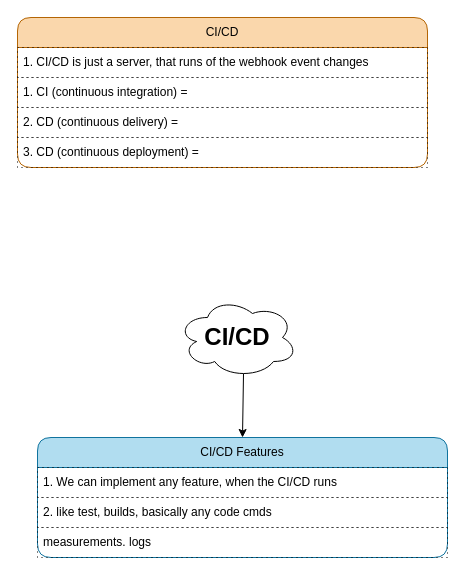
This is DevOp/ci-cd/cli-cd.dio from knkrn5/Programming-Concepts, a draw.io file, before an edit. Source tidied: cells renumbered, new cells numbered last; positions are measured from the earlier drawing's top-left corner, leaving out a move shared by most shapes. Both pictures are drawn from the tidied source at 100%, with x=0, y=0 at pixel (17, 17).
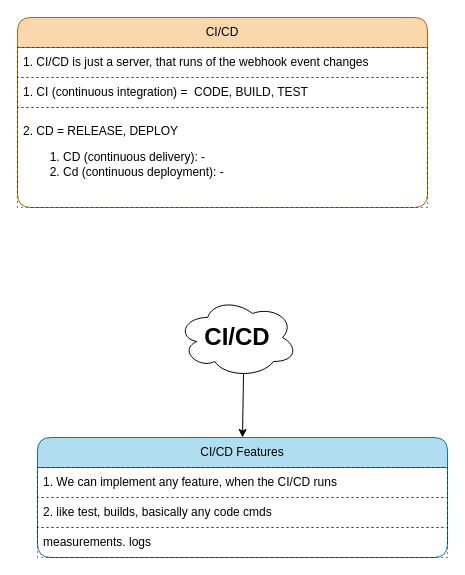
The same diagram, later.

Commit message (it also covers changes not shown here):
Update CI/CD diagram and SVG representation with enhanced descriptions and formatting

- Increased height of CI/CD swimlane in the diagram for better visibility.
- Revised text for CI (Continuous Integration) to include "CODE, BUILD, TEST".
- Updated CD (Continuous Delivery and Deployment) descriptions with clearer formatting and additional details.
- Adjusted SVG dimensions to accommodate new content and ensure proper rendering.

Change to the diagram source:
```diff
@@
 <mxGraphModel background="#ffffff">
   <root>
     <mxCell id="0" />
     <mxCell id="1" parent="0" />
     <mxCell id="2" value="CI/CD Features" style="swimlane;fontStyle=0;horizontal=1;startSize=30;whiteSpace=wrap;html=1;rounded=1;fillColor=#b1ddf0;strokeColor=#10739e;" parent="1" vertex="1">
       <mxGeometry x="20" y="420" width="410" height="120" as="geometry" />
     </mxCell>
     <mxCell id="3" value="1. We can implement any feature, when the CI/CD runs" style="text;strokeColor=default;fillColor=none;align=left;verticalAlign=middle;spacingLeft=4;spacingRight=4;overflow=hidden;whiteSpace=wrap;html=1;dashed=1;dashPattern=1 4;" parent="2" vertex="1">
       <mxGeometry y="30" width="410" height="30" as="geometry" />
     </mxCell>
     <mxCell id="4" value="2. like test, builds, basically any code cmds" style="text;strokeColor=default;fillColor=none;align=left;verticalAlign=middle;spacingLeft=4;spacingRight=4;overflow=hidden;whiteSpace=wrap;html=1;dashed=1;dashPattern=1 4;" parent="2" vertex="1">
       <mxGeometry y="60" width="410" height="30" as="geometry" />
     </mxCell>
     <mxCell id="5" value="measurements. logs" style="text;strokeColor=default;fillColor=none;align=left;verticalAlign=middle;spacingLeft=4;spacingRight=4;overflow=hidden;whiteSpace=wrap;html=1;dashed=1;dashPattern=1 4;" parent="2" vertex="1">
       <mxGeometry y="90" width="410" height="30" as="geometry" />
     </mxCell>
     <mxCell id="6" value="CI/CD" style="swimlane;fontStyle=0;horizontal=1;startSize=30;whiteSpace=wrap;html=1;rounded=1;fillColor=#fad7ac;strokeColor=#b46504;" parent="1" vertex="1">
-      <mxGeometry width="410" height="150" as="geometry" />
+      <mxGeometry width="410" height="190" as="geometry" />
     </mxCell>
     <mxCell id="7" value="1. CI/CD is just a server, that runs of the webhook event changes" style="text;strokeColor=default;fillColor=none;align=left;verticalAlign=middle;spacingLeft=4;spacingRight=4;overflow=hidden;whiteSpace=wrap;html=1;dashed=1;dashPattern=1 4;" parent="6" vertex="1">
       <mxGeometry y="30" width="410" height="30" as="geometry" />
     </mxCell>
-    <mxCell id="8" value="1. CI (continuous integration) =&amp;nbsp;" style="text;strokeColor=default;fillColor=none;align=left;verticalAlign=middle;spacingLeft=4;spacingRight=4;overflow=hidden;whiteSpace=wrap;html=1;dashed=1;dashPattern=1 4;" parent="6" vertex="1">
+    <mxCell id="8" value="1. CI (continuous integration) =&amp;nbsp; CODE, BUILD, TEST" style="text;strokeColor=default;fillColor=none;align=left;verticalAlign=middle;spacingLeft=4;spacingRight=4;overflow=hidden;whiteSpace=wrap;html=1;dashed=1;dashPattern=1 4;" parent="6" vertex="1">
       <mxGeometry y="60" width="410" height="30" as="geometry" />
     </mxCell>
-    <mxCell id="9" value="2. CD (continuous delivery) =&amp;nbsp;" style="text;strokeColor=default;fillColor=none;align=left;verticalAlign=middle;spacingLeft=4;spacingRight=4;overflow=hidden;whiteSpace=wrap;html=1;dashed=1;dashPattern=1 4;" parent="6" vertex="1">
-      <mxGeometry y="90" width="410" height="30" as="geometry" />
+    <mxCell id="9" value="&lt;font style=&quot;color: light-dark(rgb(0, 0, 0), rgb(255, 255, 255));&quot;&gt;2. CD = RELEASE, DEPLOY&lt;/font&gt;&lt;div&gt;&lt;ol&gt;&lt;li&gt;&lt;font style=&quot;color: light-dark(rgb(0, 0, 0), rgb(255, 255, 255));&quot;&gt;CD (continuous delivery): -&lt;/font&gt;&lt;/li&gt;&lt;li&gt;&lt;font style=&quot;color: light-dark(rgb(0, 0, 0), rgb(255, 255, 255));&quot;&gt;Cd (continuous deployment): -&amp;nbsp;&lt;/font&gt;&lt;/li&gt;&lt;/ol&gt;&lt;/div&gt;" style="text;strokeColor=default;fillColor=none;align=left;verticalAlign=middle;spacingLeft=4;spacingRight=4;overflow=hidden;whiteSpace=wrap;html=1;dashed=1;dashPattern=1 4;" parent="6" vertex="1">
+      <mxGeometry y="90" width="410" height="100" as="geometry" />
     </mxCell>
-    <mxCell id="10" value="3. CD (continuous deployment) =&amp;nbsp;" style="text;strokeColor=default;fillColor=none;align=left;verticalAlign=middle;spacingLeft=4;spacingRight=4;overflow=hidden;whiteSpace=wrap;html=1;dashed=1;dashPattern=1 4;" parent="6" vertex="1">
-      <mxGeometry y="120" width="410" height="30" as="geometry" />
-    </mxCell>
     <mxCell id="11" style="edgeStyle=none;html=1;exitX=0.55;exitY=0.95;exitDx=0;exitDy=0;exitPerimeter=0;entryX=0.5;entryY=0;entryDx=0;entryDy=0;" parent="1" edge="1" source="12" target="2">
       <mxGeometry relative="1" as="geometry" />
     </mxCell>
     <mxCell id="12" value="&lt;b&gt;&lt;font style=&quot;font-size: 24px;&quot;&gt;CI/CD&lt;/font&gt;&lt;/b&gt;" style="ellipse;shape=cloud;whiteSpace=wrap;html=1;" parent="1" vertex="1">
       <mxGeometry x="160" y="280" width="120" height="80" as="geometry" />
     </mxCell>
   </root>
 </mxGraphModel>
```
